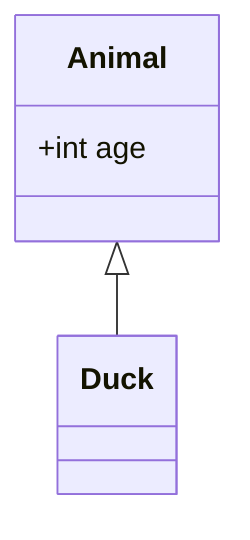
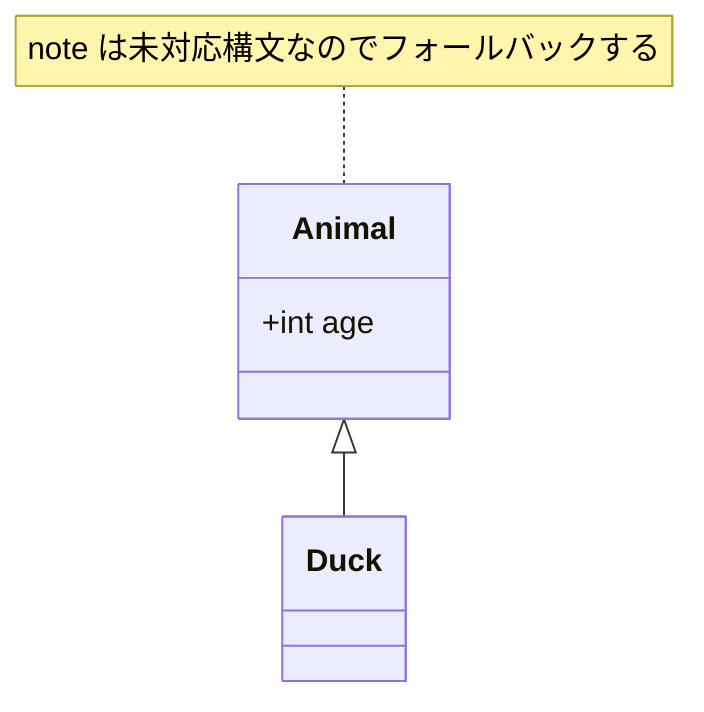
classDiagram
    Animal <|-- Duck
    Animal : +int age
+     note for Animal "note は未対応構文なのでフォールバックする"
